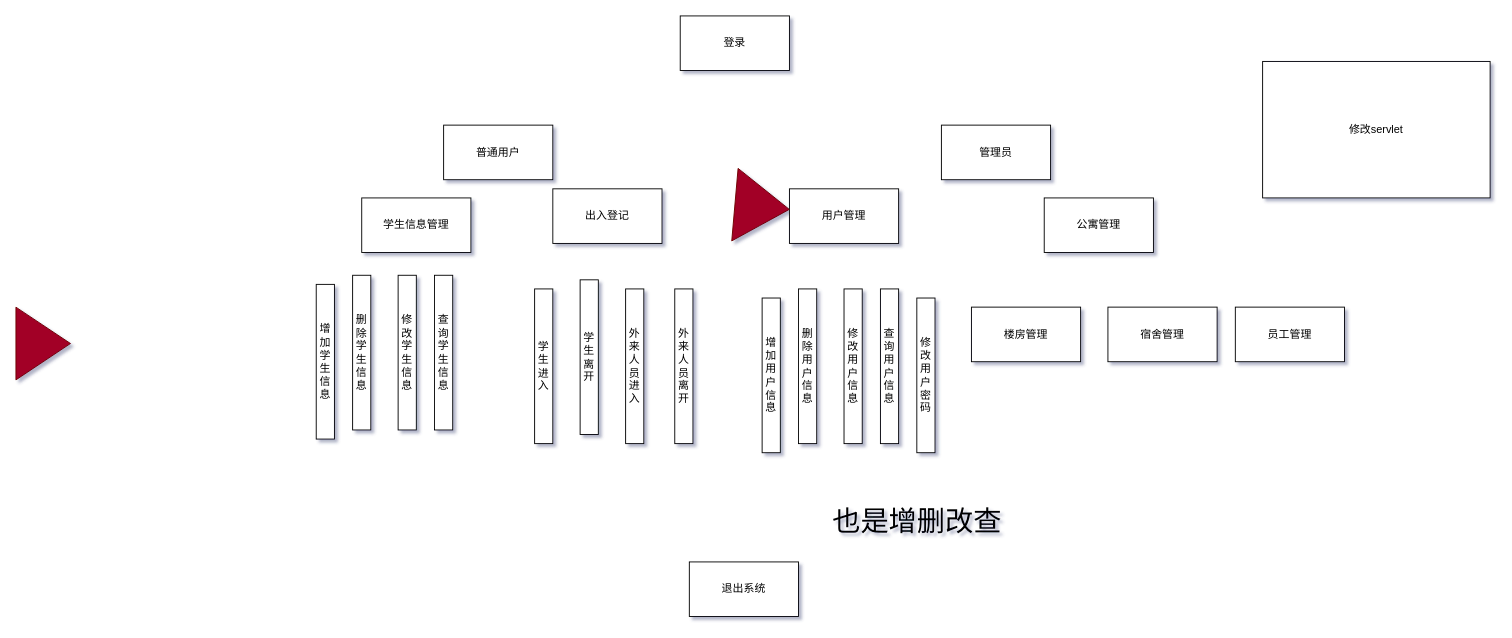
Above: dormsys/note/sys.drawio in Canwaiting/note (draw.io), before the change. Source tidied: cells renumbered, new cells numbered last; positions are measured from the earlier drawing's top-left corner, leaving out a move shared by most shapes. Both pictures are drawn from the tidied source at 91%, with x=0, y=0 at pixel (15, 15).
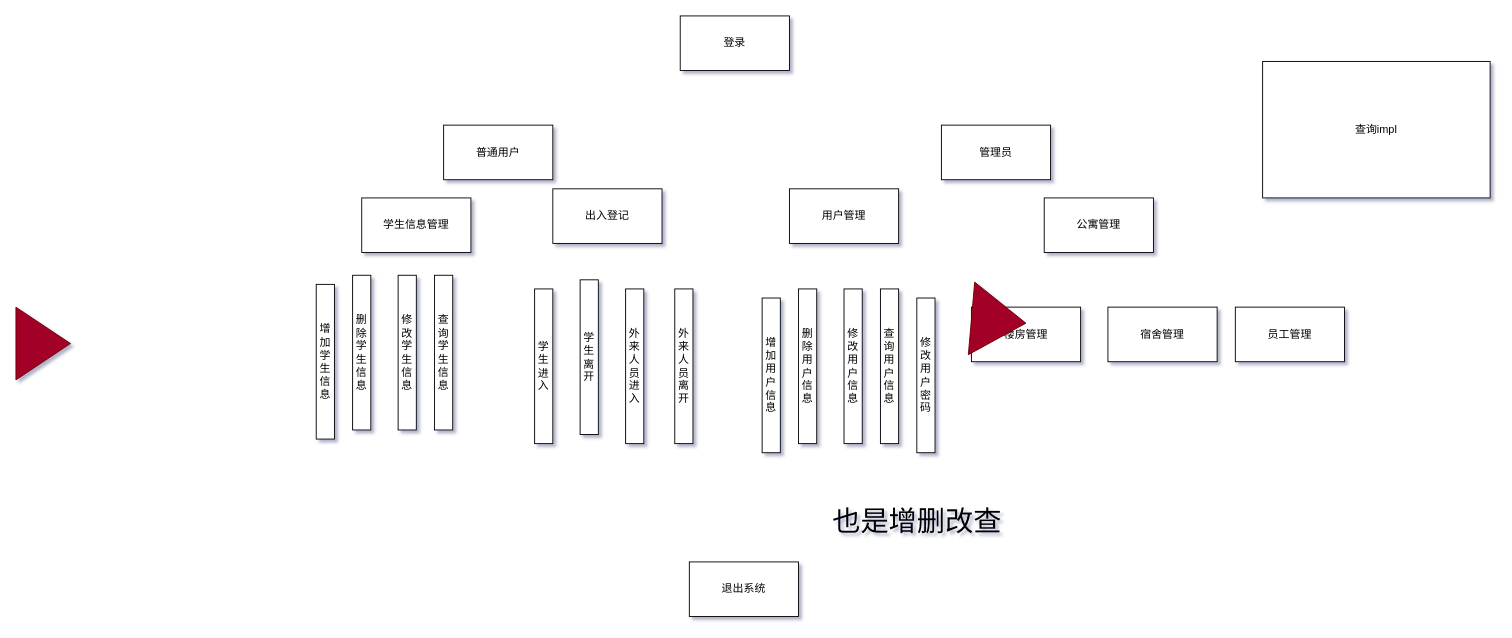
The same page after the edit.

Change to the diagram source:
```diff
@@
     <mxCell id="28" style="triangle;whiteSpace=wrap;html=1;fillColor=#a20025;strokeColor=#6F0000;fontColor=#ffffff;rotation=5;" parent="1" vertex="1">
-      <mxGeometry x="790" y="170" width="60" height="80" as="geometry" />
+      <mxGeometry x="1050" y="295" width="60" height="80" as="geometry" />
     </mxCell>
-    <mxCell id="29" value="修改servlet" style="whiteSpace=wrap;html=1;" parent="1" vertex="1">
+    <mxCell id="29" value="查询impl" style="whiteSpace=wrap;html=1;" parent="1" vertex="1">
       <mxGeometry x="1370" y="50" width="250" height="150" as="geometry" />
     </mxCell>
```
